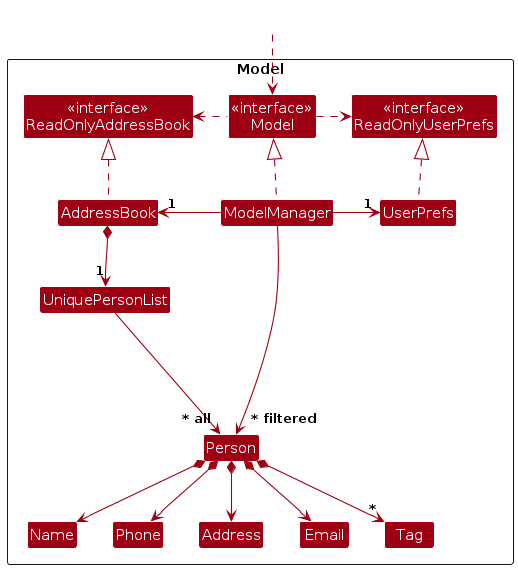
Above: diagrams/ModelClassDiagram.png in AY2627S1-CS2103T-F09-3/tp (PlantUML), before the change. Its source is kept beside it as diagrams/ModelClassDiagram.puml.
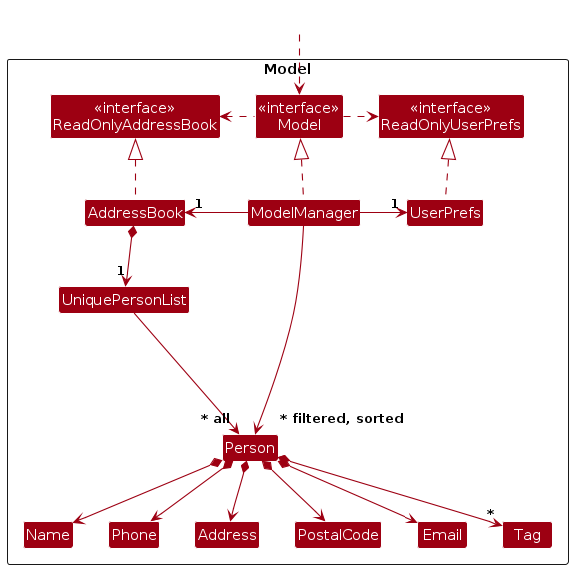
Later version of the same file.

The edit, as a diff of the source:
```diff
@@ -18,6 +18,7 @@
 Class Email
 Class Name
 Class Phone
+Class PostalCode
 Class Tag
 
 Class I #FFFFFF
@@ -41,6 +42,7 @@
 Person *--> Phone
 Person *--> Email
 Person *--> Address
+Person *--> PostalCode
 Person *--> "*" Tag
 
 Person -[hidden]up--> I
@@ -48,7 +50,8 @@
 
 Name -[hidden]right-> Phone
 Phone -[hidden]right-> Address
-Address -[hidden]right-> Email
+Address -[hidden]right-> PostalCode
+PostalCode -[hidden]right-> Email
 
-ModelManager --> "~* filtered" Person
+ModelManager --> "~* filtered, sorted" Person
 @enduml
```
